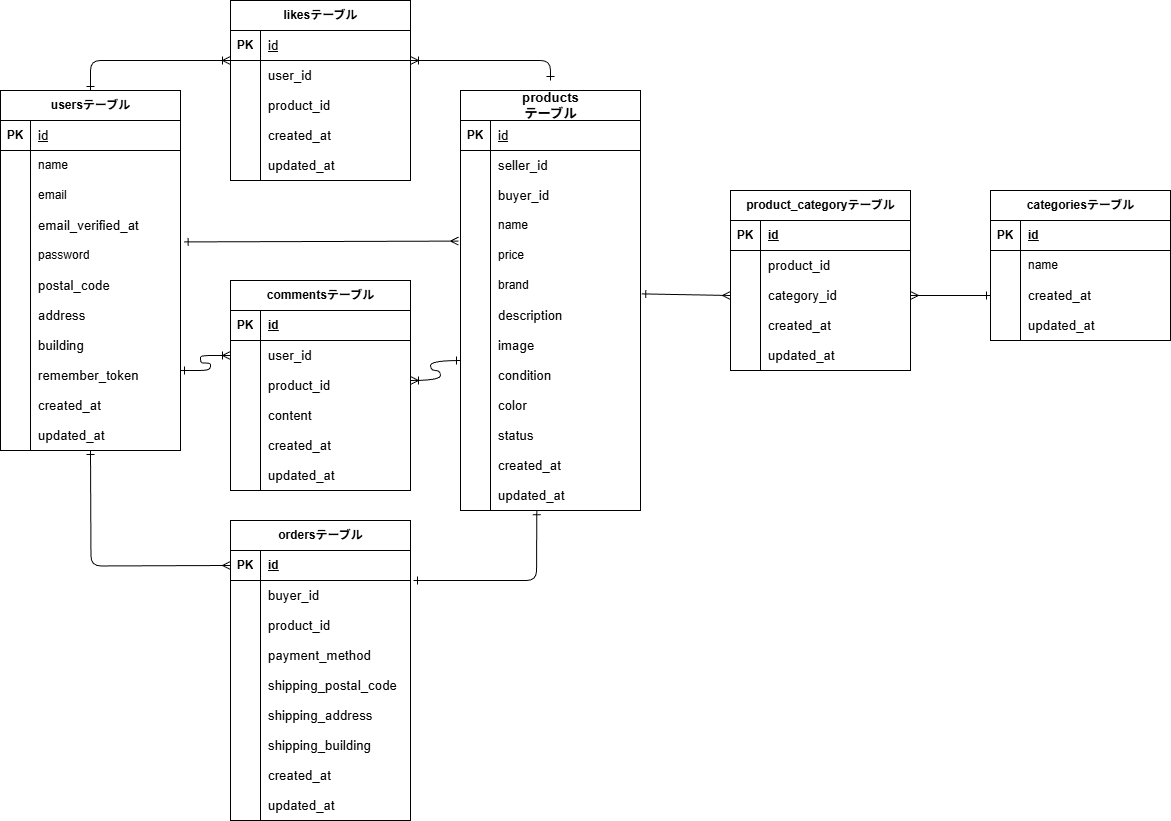
This is .drawio.png from miho-85-ux/coachtech-fleamarket-app, a draw.io export, as it was before one commit. Source tidied: cells renumbered, new cells last; positions are measured from the earlier drawing's top-left corner, leaving out a move shared by most shapes.
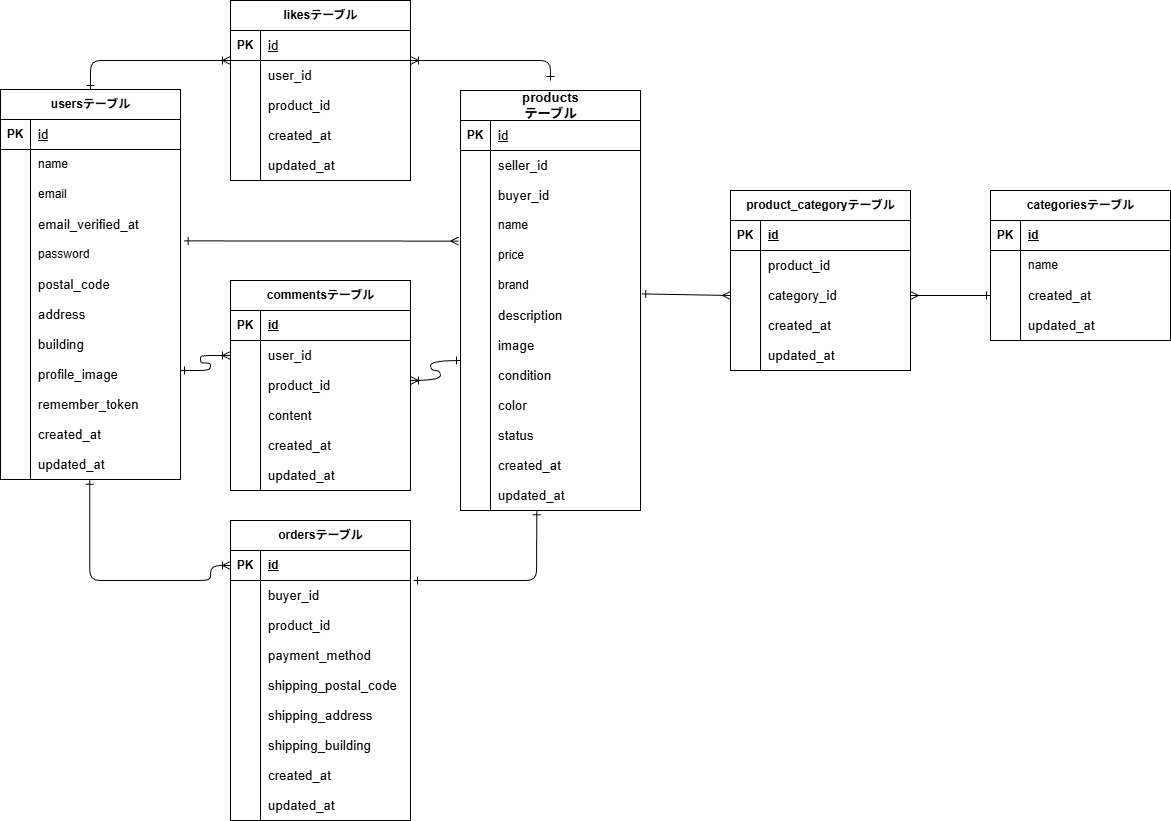
Above is the later version.

The edit, as a diff of the source:
```diff
@@ -3,7 +3,7 @@
     <mxCell id="0" />
     <mxCell id="1" parent="0" />
     <mxCell id="2" value="&lt;span style=&quot;color: rgb(0, 0, 0);&quot;&gt;usersテーブル&lt;/span&gt;" style="shape=table;startSize=30;rowLines=0;fontStyle=1;align=center;html=1;swimlaneLine=1;verticalAlign=middle;" parent="1" vertex="1">
-      <mxGeometry y="90" width="180" height="360" as="geometry" />
+      <mxGeometry y="89" width="180" height="390" as="geometry" />
     </mxCell>
     <mxCell id="3" style="shape=tableRow;horizontal=0;startSize=0;swimlaneHead=0;swimlaneBody=0;fillColor=none;top=0;left=0;right=0;bottom=1;" parent="2" vertex="1">
       <mxGeometry y="30" width="180" height="30" as="geometry" />
@@ -83,7 +83,7 @@
     <mxCell id="28" style="shape=partialRectangle;fillColor=none;top=0;left=0;bottom=0;right=0;overflow=hidden;whiteSpace=wrap;html=1;" parent="27" vertex="1">
       <mxGeometry width="30" height="30" as="geometry" />
     </mxCell>
-    <mxCell id="29" value="&lt;span style=&quot;color: rgb(0, 0, 0); font-family: Arial; font-size: 13.3333px;&quot;&gt;remember_token&lt;/span&gt;" style="shape=partialRectangle;fillColor=none;top=0;left=0;bottom=0;right=0;align=left;spacingLeft=6;overflow=hidden;whiteSpace=wrap;html=1;" parent="27" vertex="1">
+    <mxCell id="29" value="&lt;span style=&quot;color: rgb(0, 0, 0); font-size: 10pt; font-family: Arial;&quot;&gt;profile_image&lt;/span&gt;" style="shape=partialRectangle;fillColor=none;top=0;left=0;bottom=0;right=0;align=left;spacingLeft=6;overflow=hidden;whiteSpace=wrap;html=1;" parent="27" vertex="1">
       <mxGeometry x="30" width="150" height="30" as="geometry" />
     </mxCell>
     <mxCell id="30" style="shape=tableRow;horizontal=0;startSize=0;swimlaneHead=0;swimlaneBody=0;fillColor=none;top=0;left=0;right=0;bottom=0;" parent="2" vertex="1">
@@ -92,11 +92,20 @@
     <mxCell id="31" style="shape=partialRectangle;fillColor=none;top=0;left=0;bottom=0;right=0;overflow=hidden;whiteSpace=wrap;html=1;" parent="30" vertex="1">
       <mxGeometry width="30" height="30" as="geometry" />
     </mxCell>
-    <mxCell id="32" value="&lt;span style=&quot;color: rgb(0, 0, 0); font-family: Arial; font-size: 13.3333px;&quot;&gt;created_at&lt;/span&gt;" style="shape=partialRectangle;fillColor=none;top=0;left=0;bottom=0;right=0;align=left;spacingLeft=6;overflow=hidden;whiteSpace=wrap;html=1;" parent="30" vertex="1">
+    <mxCell id="32" value="&lt;span style=&quot;color: rgb(0, 0, 0); font-size: 10pt; font-family: Arial;&quot;&gt;remember_token&lt;/span&gt;" style="shape=partialRectangle;fillColor=none;top=0;left=0;bottom=0;right=0;align=left;spacingLeft=6;overflow=hidden;whiteSpace=wrap;html=1;" parent="30" vertex="1">
       <mxGeometry x="30" width="150" height="30" as="geometry" />
     </mxCell>
+    <mxCell id="177" style="shape=tableRow;horizontal=0;startSize=0;swimlaneHead=0;swimlaneBody=0;fillColor=none;top=0;left=0;right=0;bottom=0;" parent="2" vertex="1">
+      <mxGeometry y="330" width="180" height="30" as="geometry" />
+    </mxCell>
+    <mxCell id="178" style="shape=partialRectangle;fillColor=none;top=0;left=0;bottom=0;right=0;overflow=hidden;whiteSpace=wrap;html=1;" parent="177" vertex="1">
+      <mxGeometry width="30" height="30" as="geometry" />
+    </mxCell>
+    <mxCell id="179" value="&lt;span style=&quot;color: rgb(0, 0, 0); font-family: Arial; font-size: 13.3333px;&quot;&gt;created_at&lt;/span&gt;" style="shape=partialRectangle;fillColor=none;top=0;left=0;bottom=0;right=0;align=left;spacingLeft=6;overflow=hidden;whiteSpace=wrap;html=1;" parent="177" vertex="1">
+      <mxGeometry x="30" width="150" height="30" as="geometry" />
+    </mxCell>
     <mxCell id="33" style="shape=tableRow;horizontal=0;startSize=0;swimlaneHead=0;swimlaneBody=0;fillColor=none;points=[[0,0.5],[1,0.5]];portConstraint=eastwest;top=0;left=0;right=0;bottom=0;" parent="2" vertex="1">
-      <mxGeometry y="330" width="180" height="30" as="geometry" />
+      <mxGeometry y="360" width="180" height="30" as="geometry" />
     </mxCell>
     <mxCell id="34" style="shape=partialRectangle;fillColor=none;top=0;left=0;bottom=0;right=0;overflow=hidden;whiteSpace=wrap;html=1;" parent="33" vertex="1">
       <mxGeometry width="30" height="30" as="geometry" />
@@ -471,10 +480,14 @@
         </Array>
       </mxGeometry>
     </mxCell>
-    <mxCell id="153" style="edgeStyle=orthogonalEdgeStyle;html=1;exitX=0;exitY=0.5;exitDx=0;exitDy=0;endArrow=ERone;endFill=0;startArrow=ERmany;startFill=0;" parent="1" edge="1">
+    <mxCell id="153" style="edgeStyle=orthogonalEdgeStyle;html=1;exitX=0;exitY=0.5;exitDx=0;exitDy=0;endArrow=ERone;endFill=0;startArrow=ERoneToMany;startFill=0;entryX=0.496;entryY=1.027;entryDx=0;entryDy=0;entryPerimeter=0;" parent="1" edge="1" target="33">
       <mxGeometry relative="1" as="geometry">
         <mxPoint x="230" y="565" as="sourcePoint" />
-        <mxPoint x="90" y="450" as="targetPoint" />
+        <Array as="points">
+          <mxPoint x="210" y="565" />
+          <mxPoint x="210" y="580" />
+          <mxPoint x="89" y="580" />
+        </Array>
       </mxGeometry>
     </mxCell>
     <mxCell id="154" style="edgeStyle=none;html=1;entryX=0;entryY=0.5;entryDx=0;entryDy=0;endArrow=ERmany;endFill=0;startArrow=ERone;startFill=0;exitX=1.007;exitY=0.78;exitDx=0;exitDy=0;exitPerimeter=0;" parent="1" edge="1" source="53" target="141">
```
